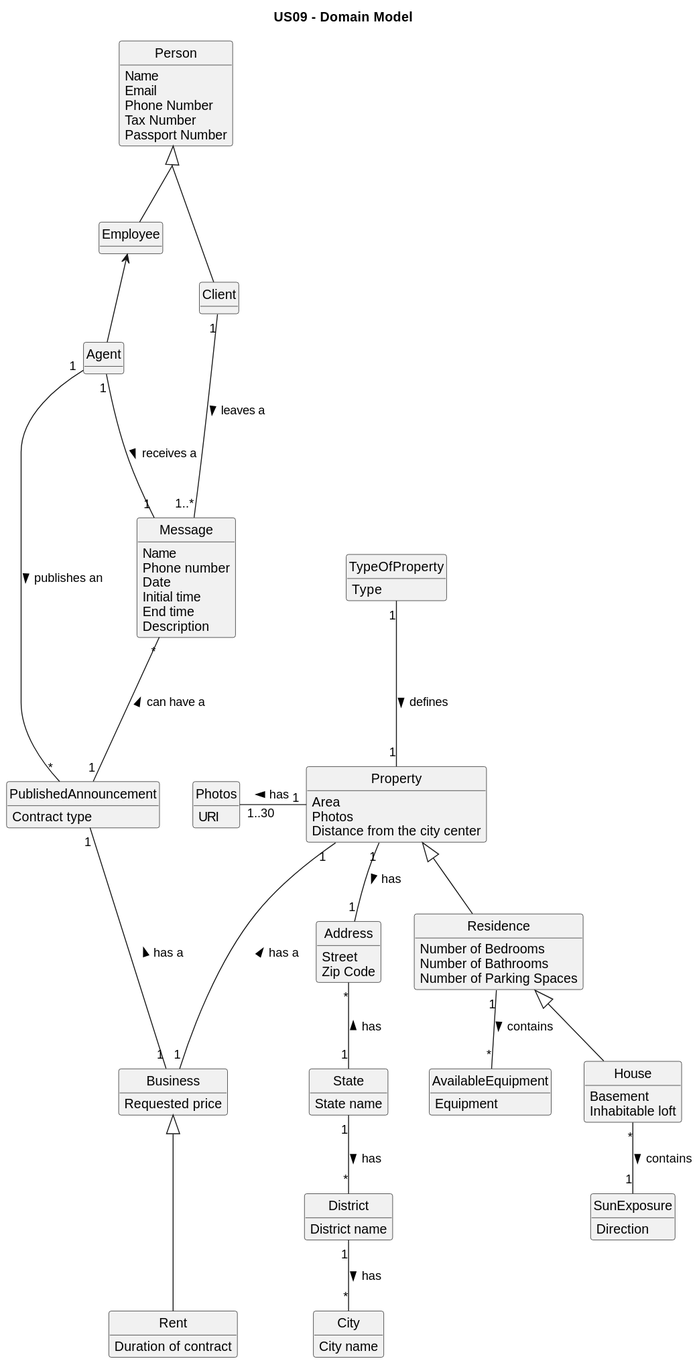
Before: docs/sprintD/US09/02.analysis/svg/us09-domain-model.svg, a diagram exported from PlantUML (PureNimble/ISEP-LAPR2).
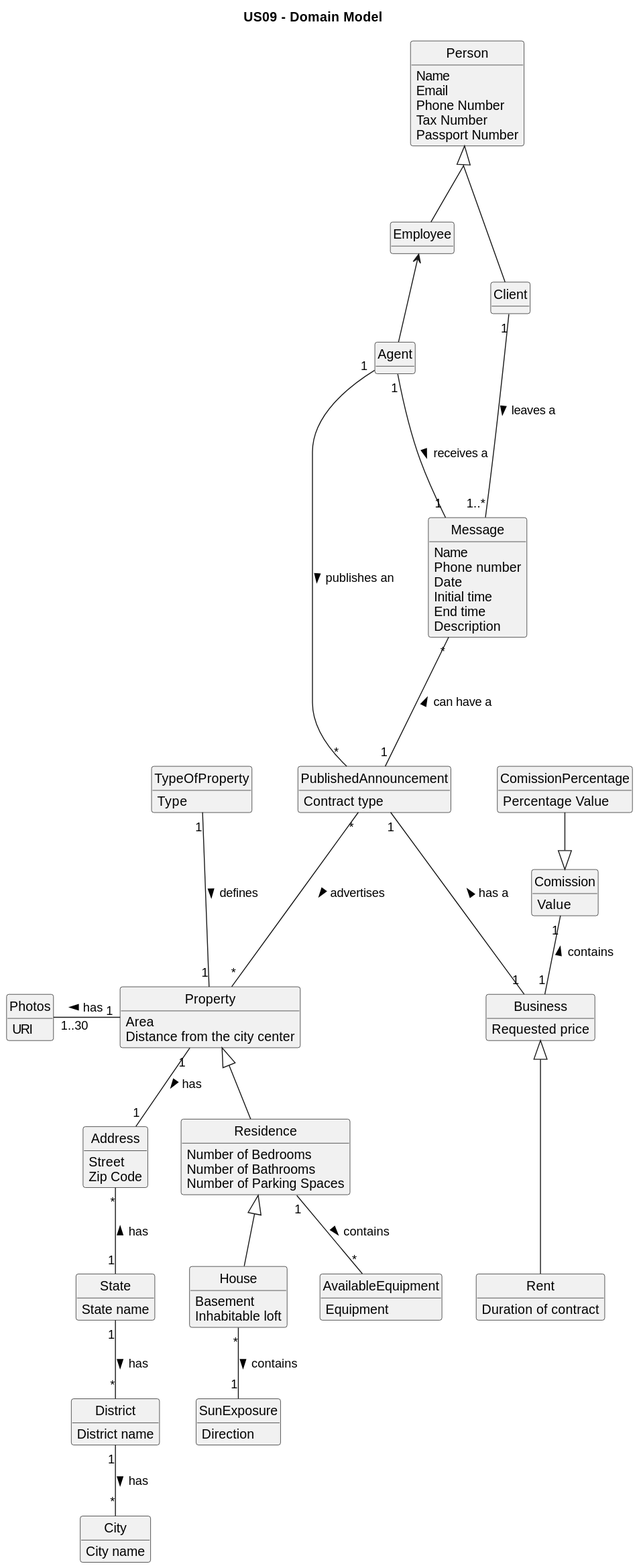
After the change.

Commit message:
US09- class diagram and domain  module correction + added the new svg

Diff of the diagram source:
```diff
@@ -23,6 +23,13 @@
 }
 
 class Employee{
+}
+class Comission {
+Value
+}
+
+class ComissionPercentage {
+Percentage Value
 }
 
 class City {
@@ -55,7 +62,6 @@
 
 class Property {
     Area
-    Photos
     Distance from the city center
 }
 
@@ -102,7 +108,7 @@
 }
 
 
-Property "1" --- "1" Business: has a <
+PublishedAnnouncement "*" --- "*" Property: advertises >
 PublishedAnnouncement "1" --- "1" Business: has a <
 Business <|--- Rent
 
@@ -128,4 +134,8 @@
 Person <|-- Employee
 Employee <-- Agent
 Person <|-- Client
+
+
+Comission "1" -- "1" Business : contains <
+ComissionPercentage  --|> Comission
 @enduml
```
